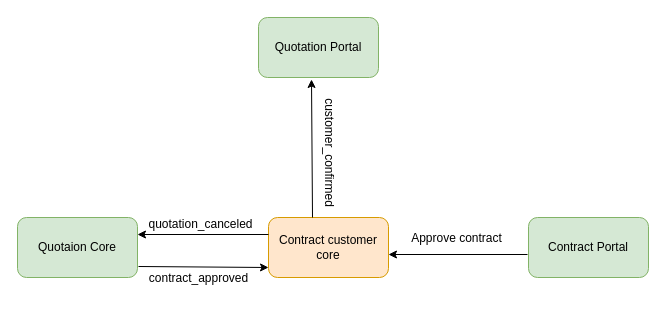
The draw.io diagram contract-customer.drawio in phanthanhvu28/diagrams, before the edit. Source tidied: cells renumbered, new cells numbered last; positions are measured from the earlier drawing's top-left corner, leaving out a move shared by most shapes. Both pictures are drawn from the tidied source at 100%, with x=0, y=0 at pixel (17, 17).
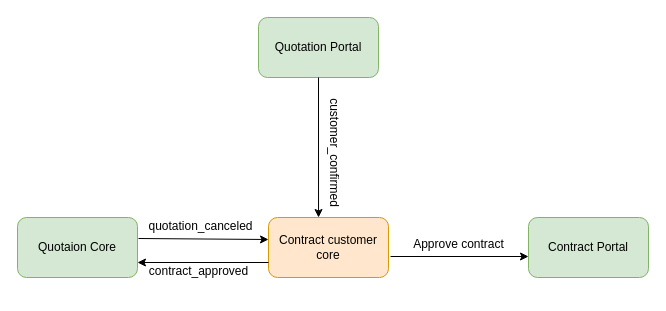
The same diagram, later.

The edit, as a diff of the source:
```diff
@@
 <mxGraphModel>
   <root>
     <mxCell id="0" />
     <mxCell id="1" parent="0" />
     <mxCell id="2" value="Quotation Portal" style="rounded=1;whiteSpace=wrap;html=1;fillColor=#d5e8d4;strokeColor=#82b366;" parent="1" vertex="1">
       <mxGeometry x="241" width="120" height="60" as="geometry" />
     </mxCell>
     <mxCell id="3" value="Contract customer core" style="rounded=1;whiteSpace=wrap;html=1;fillColor=#ffe6cc;strokeColor=#d79b00;" parent="1" vertex="1">
       <mxGeometry x="251" y="200" width="120" height="60" as="geometry" />
     </mxCell>
     <mxCell id="4" value="Contract Portal" style="rounded=1;whiteSpace=wrap;html=1;fillColor=#d5e8d4;strokeColor=#82b366;" parent="1" vertex="1">
       <mxGeometry x="511" y="200" width="120" height="60" as="geometry" />
     </mxCell>
-    <mxCell id="5" style="endArrow=classic;html=1;rounded=0;exitX=0.5;exitY=0;exitDx=0;exitDy=0;entryX=0.575;entryY=1.033;entryDx=0;entryDy=0;entryPerimeter=0;" parent="1" edge="1">
-      <mxGeometry relative="1" as="geometry">
-        <mxPoint x="295" y="200" as="sourcePoint" />
-        <mxPoint x="294" y="62" as="targetPoint" />
-      </mxGeometry>
+    <mxCell id="5" style="endArrow=classic;html=1;rounded=0;exitX=0.5;exitY=1;exitDx=0;exitDy=0;entryX=0.417;entryY=0;entryDx=0;entryDy=0;entryPerimeter=0;" parent="1" edge="1" source="2" target="3">
+      <mxGeometry relative="1" as="geometry" />
     </mxCell>
     <mxCell id="6" value="customer_confirmed" style="text;html=1;align=center;verticalAlign=middle;strokeColor=none;fillColor=none;rotation=90;" parent="1" vertex="1">
-      <mxGeometry x="247" y="120" width="130" height="30" as="geometry" />
+      <mxGeometry x="252" y="120" width="130" height="30" as="geometry" />
     </mxCell>
     <mxCell id="7" value="Approve contract" style="text;html=1;align=center;verticalAlign=middle;strokeColor=none;fillColor=none;" parent="1" vertex="1">
-      <mxGeometry x="384" y="206" width="110" height="30" as="geometry" />
+      <mxGeometry x="386" y="212" width="110" height="30" as="geometry" />
     </mxCell>
-    <mxCell id="8" style="endArrow=classic;html=1;rounded=0;exitX=-0.025;exitY=0.617;exitDx=0;exitDy=0;exitPerimeter=0;entryX=0.983;entryY=0.617;entryDx=0;entryDy=0;entryPerimeter=0;" parent="1" edge="1">
-      <mxGeometry relative="1" as="geometry">
-        <mxPoint x="510" y="237" as="sourcePoint" />
-        <mxPoint x="371" y="237" as="targetPoint" />
-      </mxGeometry>
+    <mxCell id="8" style="endArrow=classic;html=1;rounded=0;exitX=1.017;exitY=0.65;exitDx=0;exitDy=0;exitPerimeter=0;entryX=0;entryY=0.65;entryDx=0;entryDy=0;entryPerimeter=0;" parent="1" edge="1" source="3" target="4">
+      <mxGeometry relative="1" as="geometry" />
     </mxCell>
     <mxCell id="9" value="Quotaion Core" style="rounded=1;whiteSpace=wrap;html=1;fillColor=#d5e8d4;strokeColor=#82b366;" parent="1" vertex="1">
       <mxGeometry y="200" width="120" height="60" as="geometry" />
     </mxCell>
     <mxCell id="10" style="endArrow=classic;html=1;rounded=0;entryX=0;entryY=0.25;entryDx=0;entryDy=0;" parent="1" edge="1">
       <mxGeometry relative="1" as="geometry">
-        <mxPoint x="121" y="249" as="sourcePoint" />
-        <mxPoint x="251" y="250" as="targetPoint" />
+        <mxPoint x="121" y="221" as="sourcePoint" />
+        <mxPoint x="251" y="222" as="targetPoint" />
       </mxGeometry>
     </mxCell>
     <mxCell id="11" value="quotation_canceled" style="text;html=1;align=center;verticalAlign=middle;strokeColor=none;fillColor=none;" parent="1" vertex="1">
-      <mxGeometry x="118" y="192" width="130" height="30" as="geometry" />
+      <mxGeometry x="118" y="194" width="130" height="30" as="geometry" />
     </mxCell>
     <mxCell id="12" style="endArrow=classic;html=1;rounded=0;entryX=1;entryY=0.75;entryDx=0;entryDy=0;exitX=0;exitY=0.75;exitDx=0;exitDy=0;" parent="1" edge="1">
       <mxGeometry relative="1" as="geometry">
-        <mxPoint x="251" y="217" as="sourcePoint" />
-        <mxPoint x="120" y="217" as="targetPoint" />
+        <mxPoint x="251" y="245" as="sourcePoint" />
+        <mxPoint x="120" y="245" as="targetPoint" />
       </mxGeometry>
     </mxCell>
     <mxCell id="13" value="contract_approved" style="text;html=1;align=center;verticalAlign=middle;strokeColor=none;fillColor=none;" parent="1" vertex="1">
-      <mxGeometry x="121" y="246" width="120" height="30" as="geometry" />
+      <mxGeometry x="121" y="239" width="120" height="30" as="geometry" />
     </mxCell>
   </root>
 </mxGraphModel>
```
